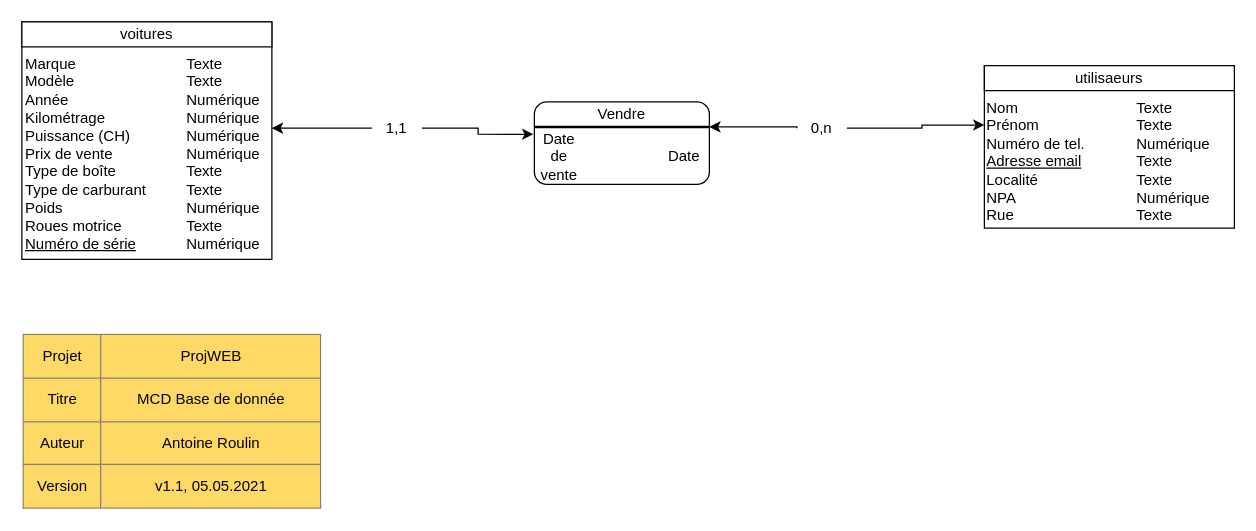
Above: doc/MCD/MCD_ProjWEB_CLASSICCAR_ARN-NED.drawio in NicolasGlassey/PROJWEB-INFOWEB (draw.io), before the change. Source tidied: cells renumbered, new cells numbered last; positions are measured from the earlier drawing's top-left corner, leaving out a move shared by most shapes. Both pictures are drawn from the tidied source at 125%, with x=0, y=0 at pixel (21, 21).
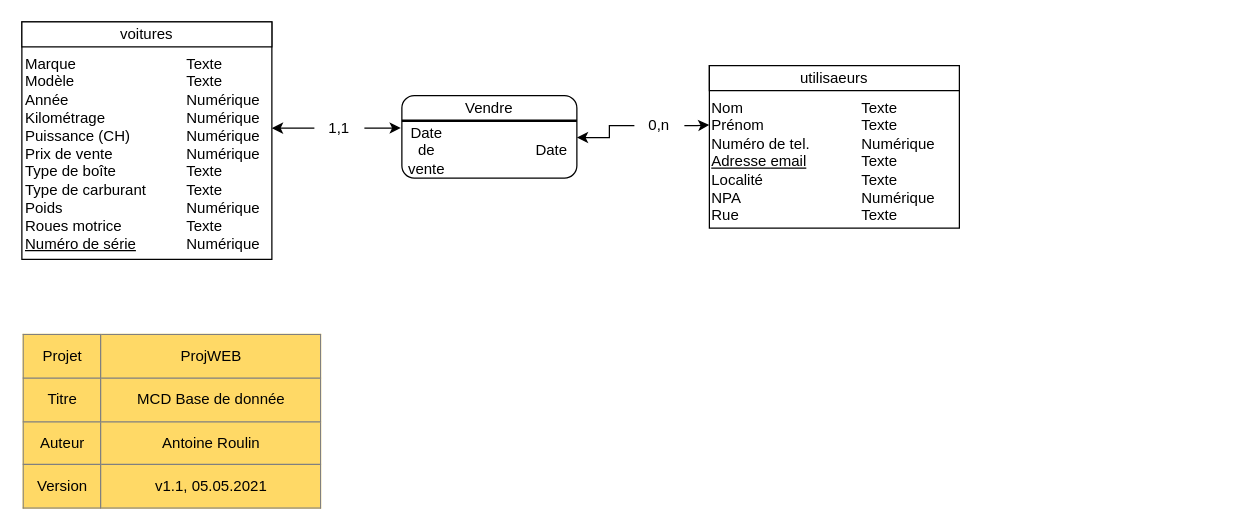
Above is the later version.

Commit message (it also covers changes not shown here):
Ajout de la version PDF du MCD

The edit, as a diff of the source:
```diff
@@
     <mxCell id="6" value="&lt;div style=&quot;box-sizing: border-box ; width: 100% ; padding: 2px&quot;&gt;&lt;br&gt;&lt;/div&gt;" style="verticalAlign=top;align=center;overflow=fill;html=1;rounded=0;shadow=0;comic=0;labelBackgroundColor=none;strokeColor=#000000;strokeWidth=1;fillColor=#ffffff;fontFamily=Verdana;fontSize=12;fontColor=#000000;" parent="1" vertex="1">
-      <mxGeometry x="770" y="35" width="200" height="130" as="geometry" />
+      <mxGeometry x="550" y="35" width="200" height="130" as="geometry" />
     </mxCell>
     <mxCell id="7" value="utilisaeurs" style="rounded=0;whiteSpace=wrap;html=1;" parent="1" vertex="1">
-      <mxGeometry x="770" y="35" width="200" height="20" as="geometry" />
+      <mxGeometry x="550" y="35" width="200" height="20" as="geometry" />
     </mxCell>
     <mxCell id="8" value="Nom&lt;br&gt;Prénom&lt;br&gt;Numéro de tel.&lt;br&gt;&lt;u&gt;Adresse email&lt;/u&gt;&lt;br&gt;Localité&lt;br&gt;NPA&lt;br&gt;Rue" style="text;html=1;strokeColor=none;fillColor=none;align=left;verticalAlign=top;whiteSpace=wrap;rounded=0;" parent="1" vertex="1">
-      <mxGeometry x="770" y="55" width="100" height="110" as="geometry" />
+      <mxGeometry x="550" y="55" width="100" height="110" as="geometry" />
     </mxCell>
     <mxCell id="9" value="Texte&lt;br&gt;Texte&lt;br&gt;Numérique&lt;br&gt;Texte&lt;br&gt;Texte&lt;br&gt;Numérique&lt;br&gt;Texte" style="text;html=1;strokeColor=none;fillColor=none;align=left;verticalAlign=top;whiteSpace=wrap;rounded=0;" parent="1" vertex="1">
-      <mxGeometry x="890" y="55" width="80" height="110" as="geometry" />
+      <mxGeometry x="670" y="55" width="80" height="110" as="geometry" />
     </mxCell>
     <mxCell id="10" style="rounded=1;whiteSpace=wrap;html=1;" parent="1" vertex="1">
-      <mxGeometry x="410" y="64" width="140" height="66" as="geometry" />
+      <mxGeometry x="304" y="59" width="140" height="66" as="geometry" />
     </mxCell>
     <mxCell id="11" value="Vendre" style="text;html=1;strokeColor=none;fillColor=none;align=center;verticalAlign=middle;whiteSpace=wrap;rounded=0;" parent="1" vertex="1">
-      <mxGeometry x="420" y="64" width="120" height="20" as="geometry" />
+      <mxGeometry x="314" y="59" width="120" height="20" as="geometry" />
     </mxCell>
@@
     <mxCell id="13" value="1,1" style="text;html=1;strokeColor=none;fillColor=none;align=center;verticalAlign=middle;whiteSpace=wrap;rounded=0;" parent="1" vertex="1">
-      <mxGeometry x="280" y="72.5" width="40" height="25" as="geometry" />
+      <mxGeometry x="234" y="72.5" width="40" height="25" as="geometry" />
     </mxCell>
@@
+    <mxCell id="17" style="line;strokeWidth=2;html=1;" parent="1" vertex="1">
+      <mxGeometry x="304" y="74" width="140" height="10" as="geometry" />
+    </mxCell>
+    <mxCell id="18" style="endArrow=classic;html=1;rounded=0;edgeStyle=orthogonalEdgeStyle;entryX=-0.006;entryY=0.393;entryDx=0;entryDy=0;exitX=1;exitY=0.5;exitDx=0;exitDy=0;entryPerimeter=0;fontStyle=1;" parent="1" edge="1" source="13" target="10">
+      <mxGeometry relative="1" as="geometry" />
+    </mxCell>
+    <mxCell id="20" value="Date de vente" style="text;html=1;strokeColor=none;fillColor=none;align=center;verticalAlign=middle;whiteSpace=wrap;rounded=0;" parent="1" vertex="1">
+      <mxGeometry x="304" y="92.5" width="40" height="20" as="geometry" />
+    </mxCell>
+    <mxCell id="21" value="Date" style="text;html=1;strokeColor=none;fillColor=none;align=center;verticalAlign=middle;whiteSpace=wrap;rounded=0;" parent="1" vertex="1">
+      <mxGeometry x="404" y="92.5" width="40" height="20" as="geometry" />
+    </mxCell>
     <mxCell id="15" value="0,n" style="text;html=1;strokeColor=none;fillColor=none;align=center;verticalAlign=middle;whiteSpace=wrap;rounded=0;" parent="1" vertex="1">
-      <mxGeometry x="620" y="75" width="40" height="20" as="geometry" />
+      <mxGeometry x="490" y="70.5" width="40" height="25" as="geometry" />
     </mxCell>
     <mxCell id="16" style="endArrow=classic;html=1;rounded=0;edgeStyle=orthogonalEdgeStyle;exitX=1;exitY=0.5;exitDx=0;exitDy=0;entryX=0;entryY=0.25;entryDx=0;entryDy=0;" parent="1" edge="1" source="15" target="8">
-      <mxGeometry relative="1" as="geometry">
-        <Array as="points">
-          <mxPoint x="720" y="85" />
-          <mxPoint x="720" y="83" />
-        </Array>
-      </mxGeometry>
+      <mxGeometry relative="1" as="geometry" />
     </mxCell>
-    <mxCell id="17" style="line;strokeWidth=2;html=1;" parent="1" vertex="1">
-      <mxGeometry x="410" y="79" width="140" height="10" as="geometry" />
-    </mxCell>
-    <mxCell id="18" style="endArrow=classic;html=1;rounded=0;edgeStyle=orthogonalEdgeStyle;entryX=-0.006;entryY=0.393;entryDx=0;entryDy=0;exitX=1;exitY=0.5;exitDx=0;exitDy=0;entryPerimeter=0;fontStyle=1;" parent="1" edge="1" source="13" target="10">
-      <mxGeometry relative="1" as="geometry" />
-    </mxCell>
-    <mxCell id="19" style="endArrow=classic;html=1;rounded=0;edgeStyle=orthogonalEdgeStyle;entryX=1;entryY=0.5;entryDx=0;entryDy=0;entryPerimeter=0;exitX=0;exitY=0.5;exitDx=0;exitDy=0;" parent="1" edge="1" source="15" target="17">
-      <mxGeometry relative="1" as="geometry">
-        <Array as="points">
-          <mxPoint x="620" y="84" />
-        </Array>
-      </mxGeometry>
-    </mxCell>
-    <mxCell id="20" value="Date de vente" style="text;html=1;strokeColor=none;fillColor=none;align=center;verticalAlign=middle;whiteSpace=wrap;rounded=0;" parent="1" vertex="1">
-      <mxGeometry x="410" y="97.5" width="40" height="20" as="geometry" />
-    </mxCell>
-    <mxCell id="21" value="Date" style="text;html=1;strokeColor=none;fillColor=none;align=center;verticalAlign=middle;whiteSpace=wrap;rounded=0;" parent="1" vertex="1">
-      <mxGeometry x="510" y="97.5" width="40" height="20" as="geometry" />
-    </mxCell>
+    <mxCell id="22" style="endArrow=classic;html=1;rounded=0;edgeStyle=orthogonalEdgeStyle;exitX=0;exitY=0.5;exitDx=0;exitDy=0;entryX=1;entryY=0;entryDx=0;entryDy=0;" parent="1" edge="1" source="15" target="21">
+      <mxGeometry relative="1" as="geometry">
+        <Array as="points">
+          <mxPoint x="490" y="83" />
+          <mxPoint x="470" y="83" />
+          <mxPoint x="470" y="93" />
+        </Array>
+      </mxGeometry>
+    </mxCell>
```
